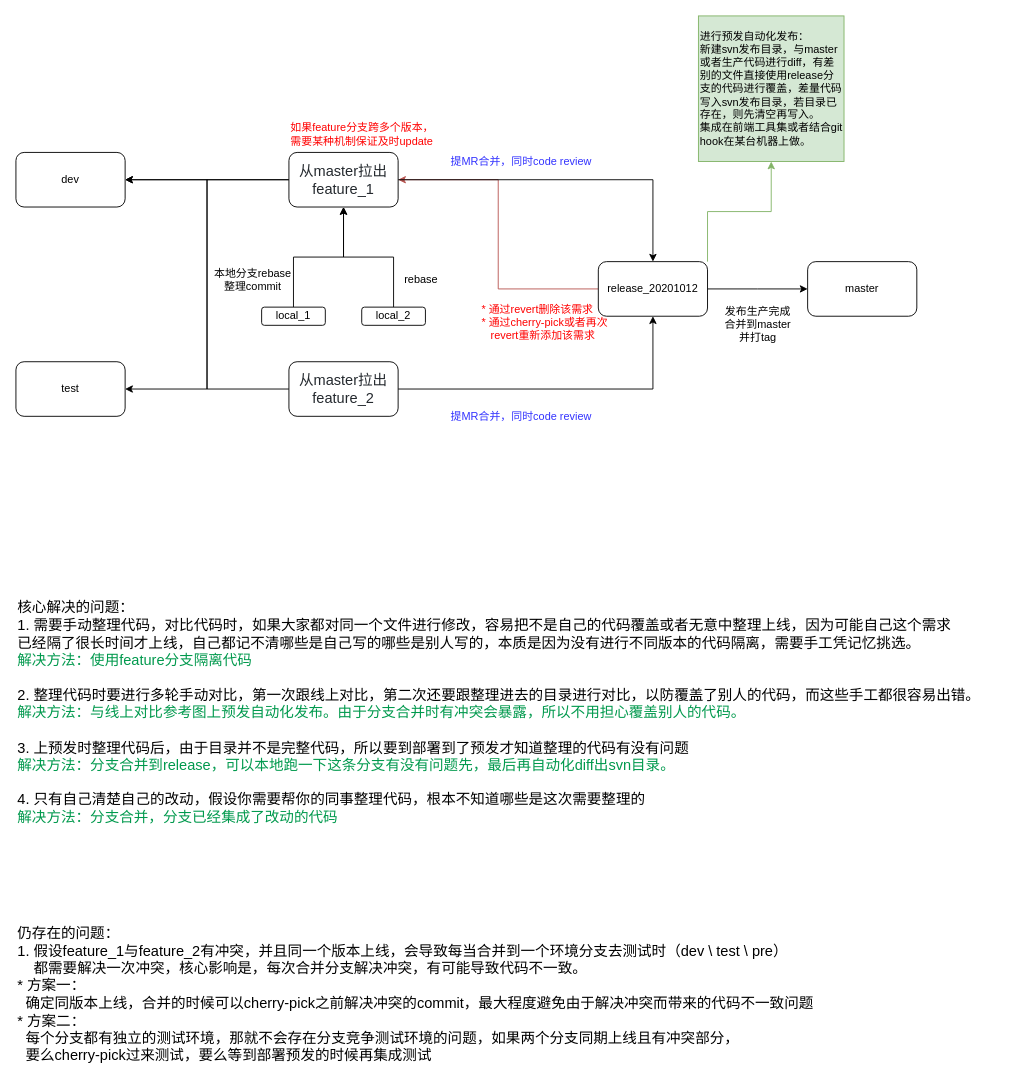
Before: flow.drawio in febugcoder/flow, a draw.io diagram. Source tidied: cells renumbered, new cells numbered last; positions are measured from the earlier drawing's top-left corner, leaving out a move shared by most shapes. Both pictures are drawn from the tidied source at 91%, with x=0, y=0 at pixel (15, 15).
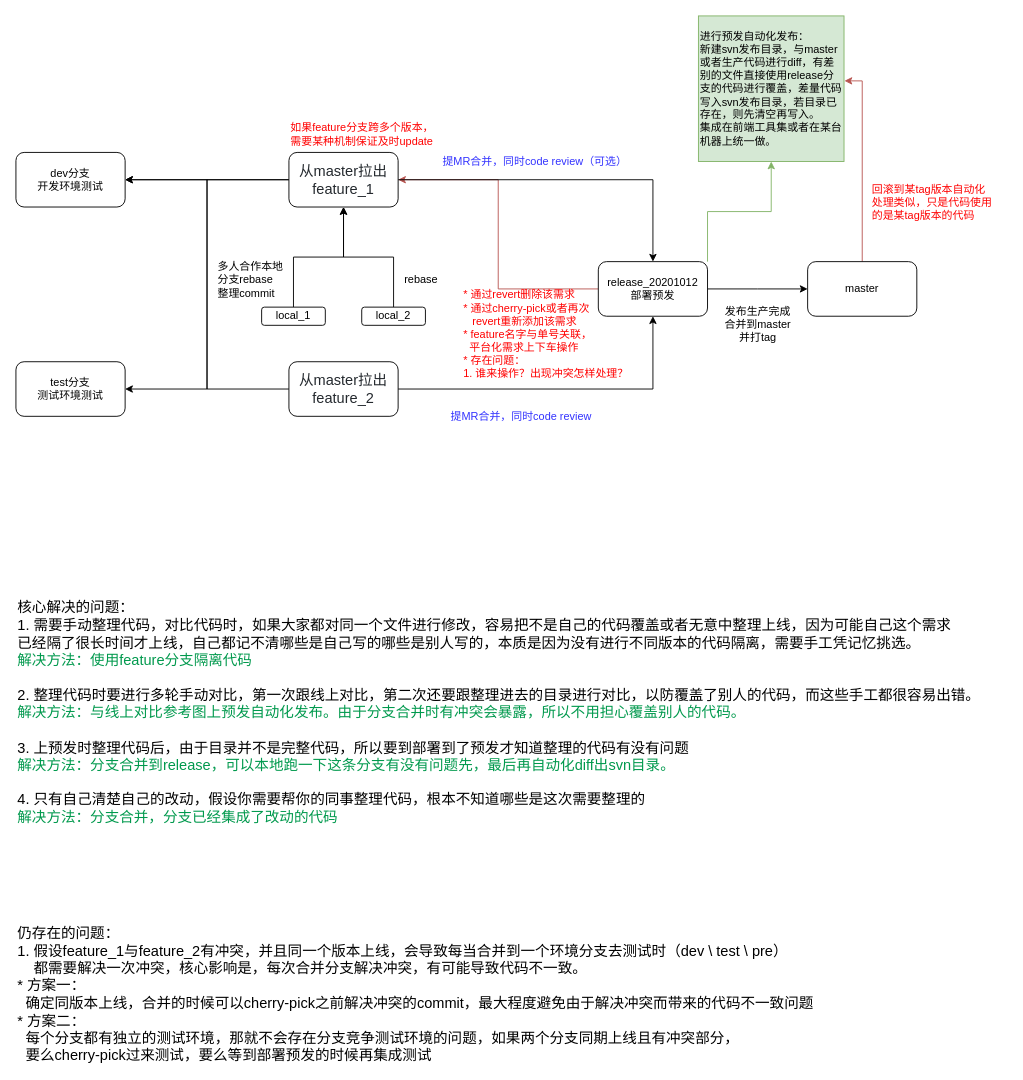
The same diagram, later.

The change refers to these unchanged cells:
```xml
<mxCell id="2" value="master" style="rounded=1;whiteSpace=wrap;html=1;" parent="1" vertex="1">
  <mxGeometry x="870" y="270" width="120" height="60" as="geometry" />
</mxCell>
```

Change to the diagram source:
```diff
@@
+    <mxCell id="30" style="edgeStyle=orthogonalEdgeStyle;rounded=0;jettySize=auto;html=1;entryX=1.003;entryY=0.446;entryDx=0;entryDy=0;entryPerimeter=0;fillColor=#f8cecc;strokeColor=#b85450;" parent="1" edge="1" source="2" target="25">
+      <mxGeometry relative="1" as="geometry" />
+    </mxCell>
@@
-    <mxCell id="6" value="release_20201012" style="rounded=1;whiteSpace=wrap;html=1;" parent="1" vertex="1">
+    <mxCell id="6" value="release_20201012&lt;br&gt;部署预发" style="rounded=1;whiteSpace=wrap;html=1;" parent="1" vertex="1">
       <mxGeometry x="640" y="270" width="120" height="60" as="geometry" />
     </mxCell>
-    <mxCell id="7" value="test" style="rounded=1;whiteSpace=wrap;html=1;" parent="1" vertex="1">
+    <mxCell id="7" value="test分支&lt;br&gt;测试环境测试" style="rounded=1;whiteSpace=wrap;html=1;" parent="1" vertex="1">
       <mxGeometry y="380" width="120" height="60" as="geometry" />
     </mxCell>
-    <mxCell id="8" value="dev" style="rounded=1;whiteSpace=wrap;html=1;" parent="1" vertex="1">
+    <mxCell id="8" value="dev分支&lt;br&gt;开发环境测试" style="rounded=1;whiteSpace=wrap;html=1;" parent="1" vertex="1">
       <mxGeometry y="150" width="120" height="60" as="geometry" />
     </mxCell>
@@
-    <mxCell id="20" value="本地分支rebase&lt;br&gt;整理commit" style="text;html=1;align=center;verticalAlign=middle;" parent="1" vertex="1">
-      <mxGeometry x="210" y="275" width="100" height="30" as="geometry" />
+    <mxCell id="20" value="多人合作本地&lt;br&gt;分支rebase&lt;br&gt;整理commit" style="text;html=1;align=left;verticalAlign=middle;" parent="1" vertex="1">
+      <mxGeometry x="220" y="265" width="90" height="50" as="geometry" />
     </mxCell>
@@
-    <mxCell id="22" value="&lt;font color=&quot;#ff0000&quot;&gt;* 通过&lt;span&gt;revert删除该需求&lt;br&gt;* 通过cherry-pick或者再次&lt;br&gt;&amp;nbsp; &amp;nbsp;revert重新添加该需求&lt;br&gt;&amp;nbsp;&lt;/span&gt;&lt;/font&gt;" style="text;html=1;align=left;verticalAlign=middle;" parent="1" vertex="1">
-      <mxGeometry x="510" y="314" width="150" height="60" as="geometry" />
+    <mxCell id="22" value="&lt;font color=&quot;#ff0000&quot;&gt;* 通过&lt;span&gt;revert删除该需求&lt;br&gt;* 通过cherry-pick或者再次&lt;br&gt;&amp;nbsp; &amp;nbsp;revert重新添加该需求&lt;br&gt;* feature名字与单号关联，&lt;br&gt;&amp;nbsp; 平台化需求上下车操作&lt;br&gt;* 存在问题：&lt;br&gt;1. 谁来操作？出现冲突怎样处理？&lt;/span&gt;&lt;/font&gt;" style="text;html=1;align=left;verticalAlign=middle;" parent="1" vertex="1">
+      <mxGeometry x="490" y="300" width="200" height="100" as="geometry" />
     </mxCell>
-    <mxCell id="23" value="&lt;font color=&quot;#3333ff&quot;&gt;提MR合并，同时code review&lt;/font&gt;" style="text;html=1;align=center;verticalAlign=middle;" parent="1" vertex="1">
-      <mxGeometry x="470" y="150" width="170" height="20" as="geometry" />
+    <mxCell id="23" value="&lt;font color=&quot;#3333ff&quot;&gt;提MR合并，同时code review（可选）&lt;/font&gt;" style="text;html=1;align=center;verticalAlign=middle;" parent="1" vertex="1">
+      <mxGeometry x="460" y="150" width="220" height="20" as="geometry" />
     </mxCell>
@@
-    <mxCell id="25" value="进行预发自动化发布：&lt;br&gt;新建svn发布目录，与master或者生产代码进行diff，有差别的文件直接使用release分支的代码进行覆盖，差量代码写入svn发布目录，若目录已存在，则先清空再写入。&lt;br&gt;集成在前端工具集或者结合git hook在某台机器上做。" style="whiteSpace=wrap;html=1;align=left;fillColor=#d5e8d4;strokeColor=#82b366;" parent="1" vertex="1">
+    <mxCell id="25" value="进行预发自动化发布：&lt;br&gt;新建svn发布目录，与master或者生产代码进行diff，有差别的文件直接使用release分支的代码进行覆盖，差量代码写入svn发布目录，若目录已存在，则先清空再写入。&lt;br&gt;集成在前端工具集或者在某台机器上统一做。" style="whiteSpace=wrap;html=1;align=left;fillColor=#d5e8d4;strokeColor=#82b366;" parent="1" vertex="1">
       <mxGeometry x="750" width="160" height="160" as="geometry" />
     </mxCell>
@@
+    <mxCell id="31" value="&lt;font color=&quot;#ff0000&quot;&gt;回滚到某tag版本自动化&lt;br&gt;处理类似，只是代码使用&lt;br&gt;的是某tag版本的代码&lt;/font&gt;" style="text;html=1;align=left;verticalAlign=middle;" parent="1" vertex="1">
+      <mxGeometry x="939" y="180" width="150" height="50" as="geometry" />
+    </mxCell>
```
